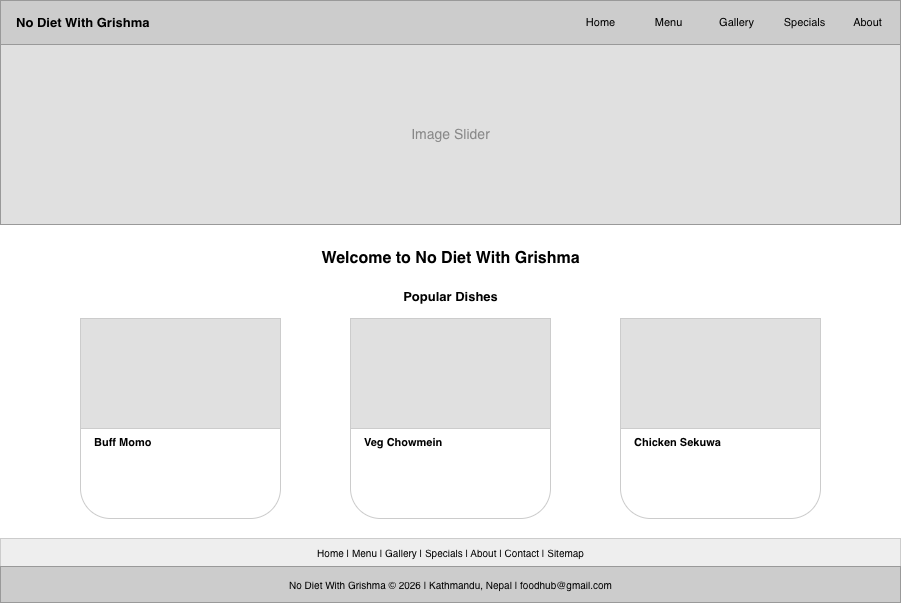
This is wireframe/page1.png from bhattaraigrishma13-dev/IT-final-project, a draw.io export, as it was before one commit. Source tidied: cells renumbered, new cells last; positions are measured from the earlier drawing's top-left corner, leaving out a move shared by most shapes. Its diagram source:
```xml
<mxGraphModel>
  <root>
    <mxCell id="0" />
    <mxCell id="1" parent="0" />
    <mxCell id="2" style="fillColor=#cccccc;strokeColor=#999999;" parent="1" vertex="1">
      <mxGeometry width="900" height="44" as="geometry" />
    </mxCell>
    <mxCell id="3" value="No Diet With Grishma" style="text;html=1;align=left;verticalAlign=middle;fontSize=13;fontStyle=1;" parent="1" vertex="1">
      <mxGeometry x="14" y="10" width="220" height="24" as="geometry" />
    </mxCell>
    <mxCell id="4" value="Home" style="text;html=1;align=center;verticalAlign=middle;fontSize=11;" parent="1" vertex="1">
      <mxGeometry x="570" y="10" width="60" height="24" as="geometry" />
    </mxCell>
    <mxCell id="5" value="Menu" style="text;html=1;align=center;verticalAlign=middle;fontSize=11;" parent="1" vertex="1">
      <mxGeometry x="638" y="10" width="60" height="24" as="geometry" />
    </mxCell>
    <mxCell id="6" value="Gallery" style="text;html=1;align=center;verticalAlign=middle;fontSize=11;" parent="1" vertex="1">
      <mxGeometry x="706" y="10" width="60" height="24" as="geometry" />
    </mxCell>
    <mxCell id="7" value="Specials" style="text;html=1;align=center;verticalAlign=middle;fontSize=11;" parent="1" vertex="1">
      <mxGeometry x="774" y="10" width="60" height="24" as="geometry" />
    </mxCell>
    <mxCell id="8" value="About" style="text;html=1;align=center;verticalAlign=middle;fontSize=11;" parent="1" vertex="1">
      <mxGeometry x="842" y="10" width="50" height="24" as="geometry" />
    </mxCell>
    <mxCell id="9" style="fillColor=#e0e0e0;strokeColor=#999999;" parent="1" vertex="1">
      <mxGeometry y="44" width="900" height="180" as="geometry" />
    </mxCell>
    <mxCell id="10" value="Image Slider" style="text;html=1;align=center;verticalAlign=middle;fontSize=14;fontColor=#888888;" parent="1" vertex="1">
      <mxGeometry y="44" width="900" height="180" as="geometry" />
    </mxCell>
    <mxCell id="11" value="Welcome to No Diet With Grishma" style="text;html=1;align=center;verticalAlign=middle;fontSize=16;fontStyle=1;" parent="1" vertex="1">
      <mxGeometry x="200" y="244" width="500" height="28" as="geometry" />
    </mxCell>
    <mxCell id="12" value="Popular Dishes" style="text;html=1;align=center;verticalAlign=middle;fontSize=13;fontStyle=1;" parent="1" vertex="1">
      <mxGeometry x="330" y="284" width="240" height="24" as="geometry" />
    </mxCell>
    <mxCell id="13" style="fillColor=#ffffff;strokeColor=#cccccc;rounded=1;" parent="1" vertex="1">
      <mxGeometry x="80" y="318" width="200" height="200" as="geometry" />
    </mxCell>
    <mxCell id="14" style="fillColor=#e0e0e0;strokeColor=#cccccc;" parent="1" vertex="1">
      <mxGeometry x="80" y="318" width="200" height="110" as="geometry" />
    </mxCell>
    <mxCell id="15" value="Buff Momo" style="text;html=1;align=left;verticalAlign=middle;fontSize=11;fontStyle=1;" parent="1" vertex="1">
      <mxGeometry x="92" y="432" width="140" height="20" as="geometry" />
    </mxCell>
    <mxCell id="16" style="fillColor=#ffffff;strokeColor=#cccccc;rounded=1;" parent="1" vertex="1">
      <mxGeometry x="350" y="318" width="200" height="200" as="geometry" />
    </mxCell>
    <mxCell id="17" style="fillColor=#e0e0e0;strokeColor=#cccccc;" parent="1" vertex="1">
      <mxGeometry x="350" y="318" width="200" height="110" as="geometry" />
    </mxCell>
    <mxCell id="18" value="Veg Chowmein" style="text;html=1;align=left;verticalAlign=middle;fontSize=11;fontStyle=1;" parent="1" vertex="1">
      <mxGeometry x="362" y="432" width="160" height="20" as="geometry" />
    </mxCell>
    <mxCell id="19" style="fillColor=#ffffff;strokeColor=#cccccc;rounded=1;" parent="1" vertex="1">
      <mxGeometry x="620" y="318" width="200" height="200" as="geometry" />
    </mxCell>
    <mxCell id="20" style="fillColor=#e0e0e0;strokeColor=#cccccc;" parent="1" vertex="1">
      <mxGeometry x="620" y="318" width="200" height="110" as="geometry" />
    </mxCell>
    <mxCell id="21" value="Chicken Sekuwa" style="text;html=1;align=left;verticalAlign=middle;fontSize=11;fontStyle=1;" parent="1" vertex="1">
      <mxGeometry x="632" y="432" width="160" height="20" as="geometry" />
    </mxCell>
    <mxCell id="22" value="Home | Menu | Gallery | Specials | About | Contact | Sitemap" style="text;html=1;align=center;verticalAlign=middle;fontSize=10;fillColor=#eeeeee;strokeColor=#cccccc;" parent="1" vertex="1">
      <mxGeometry y="538" width="900" height="28" as="geometry" />
    </mxCell>
    <mxCell id="23" value="No Diet With Grishma © 2026 | Kathmandu, Nepal | foodhub@gmail.com" style="text;html=1;align=center;verticalAlign=middle;fontSize=10;fillColor=#cccccc;strokeColor=#999999;" parent="1" vertex="1">
      <mxGeometry y="566" width="900" height="36" as="geometry" />
    </mxCell>
  </root>
</mxGraphModel>
```
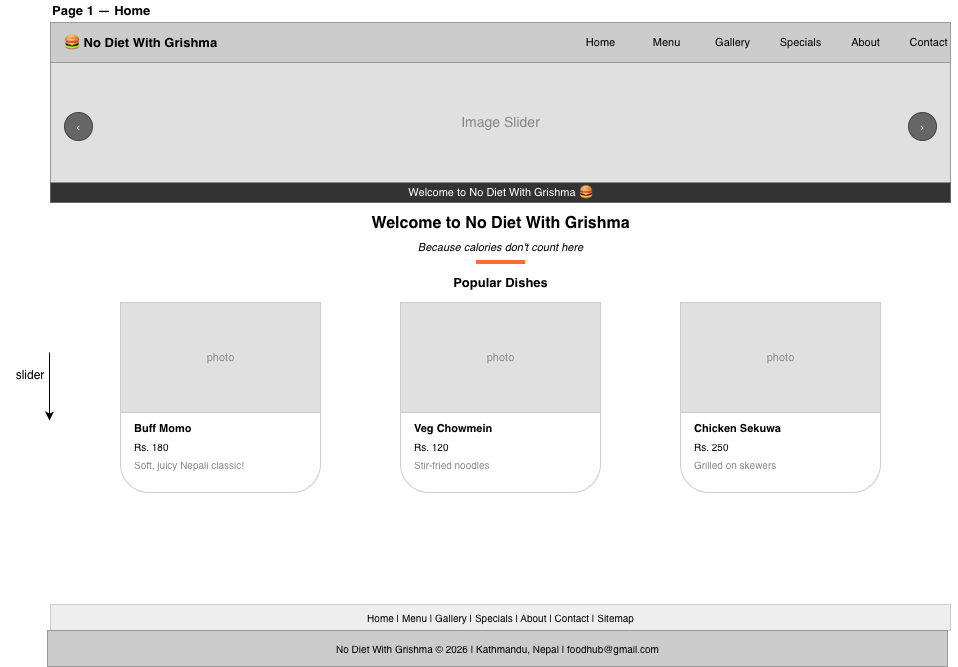
Later version of the same file.

Diff of the diagram source:
```diff
@@ -2,71 +2,128 @@
   <root>
     <mxCell id="0" />
     <mxCell id="1" parent="0" />
-    <mxCell id="2" style="fillColor=#cccccc;strokeColor=#999999;" parent="1" vertex="1">
-      <mxGeometry width="900" height="44" as="geometry" />
+    <mxCell id="2" value="Page 1 — Home" style="text;html=1;align=left;verticalAlign=middle;fontSize=13;fontStyle=1;" parent="1" vertex="1">
+      <mxGeometry width="200" height="20" as="geometry" />
     </mxCell>
-    <mxCell id="3" value="No Diet With Grishma" style="text;html=1;align=left;verticalAlign=middle;fontSize=13;fontStyle=1;" parent="1" vertex="1">
-      <mxGeometry x="14" y="10" width="220" height="24" as="geometry" />
+    <mxCell id="3" style="fillColor=#cccccc;strokeColor=#999999;" parent="1" vertex="1">
+      <mxGeometry y="22" width="900" height="40" as="geometry" />
     </mxCell>
-    <mxCell id="4" value="Home" style="text;html=1;align=center;verticalAlign=middle;fontSize=11;" parent="1" vertex="1">
-      <mxGeometry x="570" y="10" width="60" height="24" as="geometry" />
+    <mxCell id="4" value="🍔 No Diet With Grishma" style="text;html=1;align=left;verticalAlign=middle;fontSize=13;fontStyle=1;" parent="1" vertex="1">
+      <mxGeometry x="12" y="30" width="220" height="24" as="geometry" />
     </mxCell>
-    <mxCell id="5" value="Menu" style="text;html=1;align=center;verticalAlign=middle;fontSize=11;" parent="1" vertex="1">
-      <mxGeometry x="638" y="10" width="60" height="24" as="geometry" />
+    <mxCell id="5" value="Home" style="text;html=1;align=center;verticalAlign=middle;fontSize=11;" parent="1" vertex="1">
+      <mxGeometry x="520" y="30" width="60" height="24" as="geometry" />
     </mxCell>
-    <mxCell id="6" value="Gallery" style="text;html=1;align=center;verticalAlign=middle;fontSize=11;" parent="1" vertex="1">
-      <mxGeometry x="706" y="10" width="60" height="24" as="geometry" />
+    <mxCell id="6" value="Menu" style="text;html=1;align=center;verticalAlign=middle;fontSize=11;" parent="1" vertex="1">
+      <mxGeometry x="586" y="30" width="60" height="24" as="geometry" />
     </mxCell>
-    <mxCell id="7" value="Specials" style="text;html=1;align=center;verticalAlign=middle;fontSize=11;" parent="1" vertex="1">
-      <mxGeometry x="774" y="10" width="60" height="24" as="geometry" />
+    <mxCell id="7" value="Gallery" style="text;html=1;align=center;verticalAlign=middle;fontSize=11;" parent="1" vertex="1">
+      <mxGeometry x="652" y="30" width="60" height="24" as="geometry" />
     </mxCell>
-    <mxCell id="8" value="About" style="text;html=1;align=center;verticalAlign=middle;fontSize=11;" parent="1" vertex="1">
-      <mxGeometry x="842" y="10" width="50" height="24" as="geometry" />
+    <mxCell id="8" value="Specials" style="text;html=1;align=center;verticalAlign=middle;fontSize=11;" parent="1" vertex="1">
+      <mxGeometry x="718" y="30" width="64" height="24" as="geometry" />
     </mxCell>
-    <mxCell id="9" style="fillColor=#e0e0e0;strokeColor=#999999;" parent="1" vertex="1">
-      <mxGeometry y="44" width="900" height="180" as="geometry" />
+    <mxCell id="9" value="About" style="text;html=1;align=center;verticalAlign=middle;fontSize=11;" parent="1" vertex="1">
+      <mxGeometry x="788" y="30" width="54" height="24" as="geometry" />
     </mxCell>
-    <mxCell id="10" value="Image Slider" style="text;html=1;align=center;verticalAlign=middle;fontSize=14;fontColor=#888888;" parent="1" vertex="1">
-      <mxGeometry y="44" width="900" height="180" as="geometry" />
+    <mxCell id="10" value="Contact" style="text;html=1;align=center;verticalAlign=middle;fontSize=11;" parent="1" vertex="1">
+      <mxGeometry x="848" y="30" width="60" height="24" as="geometry" />
     </mxCell>
-    <mxCell id="11" value="Welcome to No Diet With Grishma" style="text;html=1;align=center;verticalAlign=middle;fontSize=16;fontStyle=1;" parent="1" vertex="1">
-      <mxGeometry x="200" y="244" width="500" height="28" as="geometry" />
+    <mxCell id="11" style="fillColor=#e0e0e0;strokeColor=#999999;" parent="1" vertex="1">
+      <mxGeometry y="62" width="900" height="140" as="geometry" />
     </mxCell>
-    <mxCell id="12" value="Popular Dishes" style="text;html=1;align=center;verticalAlign=middle;fontSize=13;fontStyle=1;" parent="1" vertex="1">
-      <mxGeometry x="330" y="284" width="240" height="24" as="geometry" />
+    <mxCell id="12" value="Image Slider" style="text;html=1;align=center;verticalAlign=middle;fontSize=14;fontColor=#888888;" parent="1" vertex="1">
+      <mxGeometry y="62" width="900" height="120" as="geometry" />
     </mxCell>
-    <mxCell id="13" style="fillColor=#ffffff;strokeColor=#cccccc;rounded=1;" parent="1" vertex="1">
-      <mxGeometry x="80" y="318" width="200" height="200" as="geometry" />
+    <mxCell id="13" value="Welcome to No Diet With Grishma 🍔" style="text;html=1;align=center;verticalAlign=middle;fontSize=11;fillColor=#333333;fontColor=#ffffff;" parent="1" vertex="1">
+      <mxGeometry y="182" width="900" height="20" as="geometry" />
     </mxCell>
-    <mxCell id="14" style="fillColor=#e0e0e0;strokeColor=#cccccc;" parent="1" vertex="1">
-      <mxGeometry x="80" y="318" width="200" height="110" as="geometry" />
+    <mxCell id="14" value="‹" style="ellipse;fillColor=#666666;strokeColor=#444444;fontColor=#ffffff;fontSize=14;align=center;verticalAlign=middle;" parent="1" vertex="1">
+      <mxGeometry x="14" y="112" width="28" height="28" as="geometry" />
     </mxCell>
-    <mxCell id="15" value="Buff Momo" style="text;html=1;align=left;verticalAlign=middle;fontSize=11;fontStyle=1;" parent="1" vertex="1">
-      <mxGeometry x="92" y="432" width="140" height="20" as="geometry" />
+    <mxCell id="15" value="›" style="ellipse;fillColor=#666666;strokeColor=#444444;fontColor=#ffffff;fontSize=14;align=center;verticalAlign=middle;" parent="1" vertex="1">
+      <mxGeometry x="858" y="112" width="28" height="28" as="geometry" />
     </mxCell>
+    <mxCell id="24" value="Welcome to No Diet With Grishma" style="text;html=1;align=center;verticalAlign=middle;fontSize=16;fontStyle=1;" parent="1" vertex="1">
+      <mxGeometry x="200" y="210" width="500" height="26" as="geometry" />
+    </mxCell>
-    <mxCell id="16" style="fillColor=#ffffff;strokeColor=#cccccc;rounded=1;" parent="1" vertex="1">
-      <mxGeometry x="350" y="318" width="200" height="200" as="geometry" />
+    <mxCell id="16" value="Because calories don't count here" style="text;html=1;align=center;verticalAlign=middle;fontSize=11;fontStyle=2;" parent="1" vertex="1">
+      <mxGeometry x="250" y="238" width="400" height="18" as="geometry" />
     </mxCell>
-    <mxCell id="17" style="fillColor=#e0e0e0;strokeColor=#cccccc;" parent="1" vertex="1">
-      <mxGeometry x="350" y="318" width="200" height="110" as="geometry" />
+    <mxCell id="17" style="fillColor=#ff6b35;strokeColor=#ff6b35;" parent="1" vertex="1">
+      <mxGeometry x="426" y="260" width="48" height="3" as="geometry" />
     </mxCell>
-    <mxCell id="18" value="Veg Chowmein" style="text;html=1;align=left;verticalAlign=middle;fontSize=11;fontStyle=1;" parent="1" vertex="1">
-      <mxGeometry x="362" y="432" width="160" height="20" as="geometry" />
+    <mxCell id="18" value="Popular Dishes" style="text;html=1;align=center;verticalAlign=middle;fontSize=13;fontStyle=1;" parent="1" vertex="1">
+      <mxGeometry x="330" y="270" width="240" height="24" as="geometry" />
     </mxCell>
+    <mxCell id="25" style="fillColor=#ffffff;strokeColor=#cccccc;rounded=1;" parent="1" vertex="1">
+      <mxGeometry x="70" y="302" width="200" height="190" as="geometry" />
+    </mxCell>
-    <mxCell id="19" style="fillColor=#ffffff;strokeColor=#cccccc;rounded=1;" parent="1" vertex="1">
-      <mxGeometry x="620" y="318" width="200" height="200" as="geometry" />
+    <mxCell id="19" style="fillColor=#e0e0e0;strokeColor=#cccccc;" parent="1" vertex="1">
+      <mxGeometry x="70" y="302" width="200" height="110" as="geometry" />
     </mxCell>
-    <mxCell id="20" style="fillColor=#e0e0e0;strokeColor=#cccccc;" parent="1" vertex="1">
-      <mxGeometry x="620" y="318" width="200" height="110" as="geometry" />
+    <mxCell id="20" value="photo" style="text;html=1;align=center;verticalAlign=middle;fontSize=11;fontColor=#888888;" parent="1" vertex="1">
+      <mxGeometry x="70" y="342" width="200" height="30" as="geometry" />
     </mxCell>
-    <mxCell id="21" value="Chicken Sekuwa" style="text;html=1;align=left;verticalAlign=middle;fontSize=11;fontStyle=1;" parent="1" vertex="1">
-      <mxGeometry x="632" y="432" width="160" height="20" as="geometry" />
+    <mxCell id="21" value="Buff Momo" style="text;html=1;align=left;verticalAlign=middle;fontSize=11;fontStyle=1;" parent="1" vertex="1">
+      <mxGeometry x="82" y="418" width="160" height="20" as="geometry" />
     </mxCell>
+    <mxCell id="26" value="Rs. 180" style="text;html=1;align=left;verticalAlign=middle;fontSize=10;" parent="1" vertex="1">
+      <mxGeometry x="82" y="438" width="100" height="16" as="geometry" />
+    </mxCell>
-    <mxCell id="22" value="Home | Menu | Gallery | Specials | About | Contact | Sitemap" style="text;html=1;align=center;verticalAlign=middle;fontSize=10;fillColor=#eeeeee;strokeColor=#cccccc;" parent="1" vertex="1">
-      <mxGeometry y="538" width="900" height="28" as="geometry" />
+    <mxCell id="22" value="Soft, juicy Nepali classic!" style="text;html=1;align=left;verticalAlign=middle;fontSize=10;fontColor=#888888;" parent="1" vertex="1">
+      <mxGeometry x="82" y="456" width="170" height="16" as="geometry" />
     </mxCell>
-    <mxCell id="23" value="No Diet With Grishma © 2026 | Kathmandu, Nepal | foodhub@gmail.com" style="text;html=1;align=center;verticalAlign=middle;fontSize=10;fillColor=#cccccc;strokeColor=#999999;" parent="1" vertex="1">
-      <mxGeometry y="566" width="900" height="36" as="geometry" />
+    <mxCell id="23" style="fillColor=#ffffff;strokeColor=#cccccc;rounded=1;" parent="1" vertex="1">
+      <mxGeometry x="350" y="302" width="200" height="190" as="geometry" />
     </mxCell>
+    <mxCell id="27" style="fillColor=#e0e0e0;strokeColor=#cccccc;" parent="1" vertex="1">
+      <mxGeometry x="350" y="302" width="200" height="110" as="geometry" />
+    </mxCell>
+    <mxCell id="28" value="photo" style="text;html=1;align=center;verticalAlign=middle;fontSize=11;fontColor=#888888;" parent="1" vertex="1">
+      <mxGeometry x="350" y="342" width="200" height="30" as="geometry" />
+    </mxCell>
+    <mxCell id="29" value="Veg Chowmein" style="text;html=1;align=left;verticalAlign=middle;fontSize=11;fontStyle=1;" parent="1" vertex="1">
+      <mxGeometry x="362" y="418" width="160" height="20" as="geometry" />
+    </mxCell>
+    <mxCell id="30" value="Rs. 120" style="text;html=1;align=left;verticalAlign=middle;fontSize=10;" parent="1" vertex="1">
+      <mxGeometry x="362" y="438" width="100" height="16" as="geometry" />
+    </mxCell>
+    <mxCell id="31" value="Stir-fried noodles" style="text;html=1;align=left;verticalAlign=middle;fontSize=10;fontColor=#888888;" parent="1" vertex="1">
+      <mxGeometry x="362" y="456" width="170" height="16" as="geometry" />
+    </mxCell>
+    <mxCell id="32" style="fillColor=#ffffff;strokeColor=#cccccc;rounded=1;" parent="1" vertex="1">
+      <mxGeometry x="630" y="302" width="200" height="190" as="geometry" />
+    </mxCell>
+    <mxCell id="33" style="fillColor=#e0e0e0;strokeColor=#cccccc;" parent="1" vertex="1">
+      <mxGeometry x="630" y="302" width="200" height="110" as="geometry" />
+    </mxCell>
+    <mxCell id="34" value="photo" style="text;html=1;align=center;verticalAlign=middle;fontSize=11;fontColor=#888888;" parent="1" vertex="1">
+      <mxGeometry x="630" y="342" width="200" height="30" as="geometry" />
+    </mxCell>
+    <mxCell id="35" value="Chicken Sekuwa" style="text;html=1;align=left;verticalAlign=middle;fontSize=11;fontStyle=1;" parent="1" vertex="1">
+      <mxGeometry x="642" y="418" width="160" height="20" as="geometry" />
+    </mxCell>
+    <mxCell id="36" value="Rs. 250" style="text;html=1;align=left;verticalAlign=middle;fontSize=10;" parent="1" vertex="1">
+      <mxGeometry x="642" y="438" width="100" height="16" as="geometry" />
+    </mxCell>
+    <mxCell id="37" value="Grilled on skewers" style="text;html=1;align=left;verticalAlign=middle;fontSize=10;fontColor=#888888;" parent="1" vertex="1">
+      <mxGeometry x="642" y="456" width="170" height="16" as="geometry" />
+    </mxCell>
+    <mxCell id="38" value="Home | Menu | Gallery | Specials | About | Contact | Sitemap" style="text;html=1;align=center;verticalAlign=middle;fontSize=10;fillColor=#eeeeee;strokeColor=#cccccc;" parent="1" vertex="1">
+      <mxGeometry y="604" width="900" height="26" as="geometry" />
+    </mxCell>
+    <mxCell id="39" value="No Diet With Grishma © 2026 | Kathmandu, Nepal | foodhub@gmail.com" style="text;html=1;align=center;verticalAlign=middle;fontSize=10;fillColor=#cccccc;strokeColor=#999999;" parent="1" vertex="1">
+      <mxGeometry x="-3" y="630" width="900" height="36" as="geometry" />
+    </mxCell>
+    <mxCell id="40" style="endArrow=classic;html=1;rounded=0;" parent="1" edge="1">
+      <mxGeometry relative="1" as="geometry">
+        <mxPoint x="-1" y="352" as="sourcePoint" />
+        <mxPoint x="-1" y="420" as="targetPoint" />
+      </mxGeometry>
+    </mxCell>
+    <mxCell id="41" value="slider" style="text;html=1;whiteSpace=wrap;strokeColor=none;fillColor=none;align=center;verticalAlign=middle;rounded=0;" parent="1" vertex="1">
+      <mxGeometry x="-50" y="360" width="60" height="30" as="geometry" />
+    </mxCell>
   </root>
 </mxGraphModel>
```
